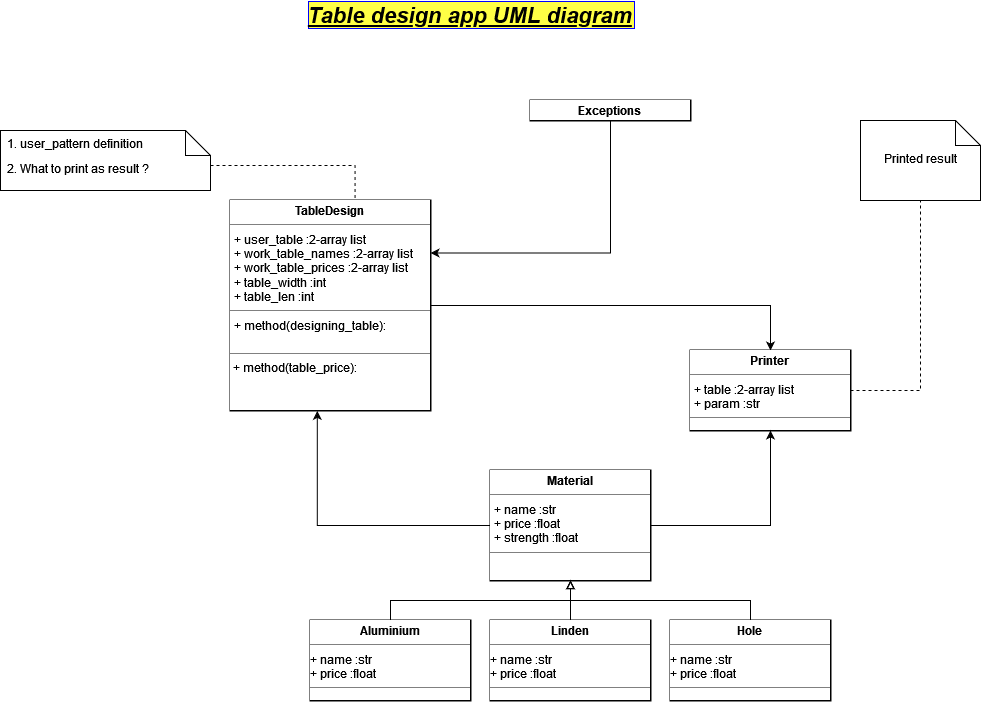
jordrag/Exercises keeps this draw.io diagram as Table/images/Table_design_UML.drawio.png. Above is the earlier version. Source tidied: cells renumbered, new cells last; positions are measured from the earlier drawing's top-left corner, leaving out a move shared by most shapes.
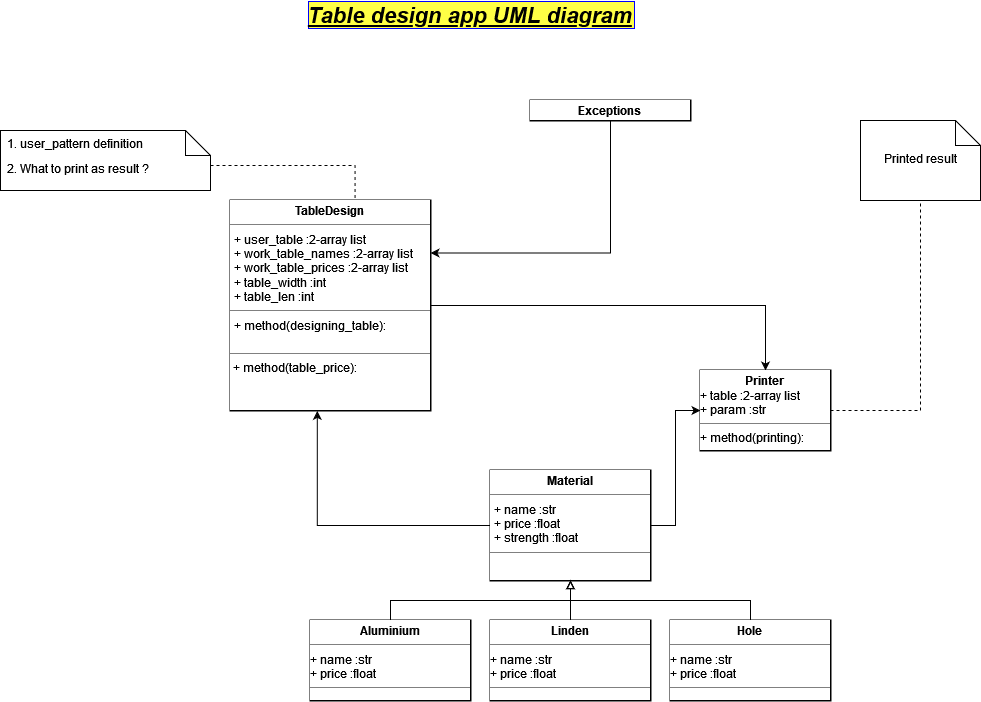
After the commit.

Commit message:
with UML diagram

Change to the diagram source:
```diff
@@ -43,16 +43,13 @@
     <mxCell id="13" value="&lt;p style=&quot;margin:0px;margin-top:4px;text-align:center;&quot;&gt;&lt;b&gt;Hole&lt;/b&gt;&lt;br&gt;&lt;/p&gt;&lt;hr size=&quot;1&quot;&gt;+ name :str&lt;br&gt;+ price :float&lt;hr size=&quot;1&quot;&gt;" style="verticalAlign=top;align=left;overflow=fill;fontSize=12;fontFamily=Helvetica;html=1;rounded=0;glass=0;labelBackgroundColor=#FFFFFF;labelBorderColor=none;fillColor=none;perimeterSpacing=0;strokeColor=default;strokeWidth=2;fillStyle=solid;gradientColor=default;" parent="1" vertex="1">
       <mxGeometry x="670" y="620" width="160" height="80" as="geometry" />
     </mxCell>
-    <mxCell id="14" style="edgeStyle=orthogonalEdgeStyle;rounded=0;jettySize=auto;html=1;exitX=0.5;exitY=0;exitDx=0;exitDy=0;startArrow=classic;startFill=1;endArrow=none;endFill=0;" parent="1" edge="1" source="16" target="4">
+    <mxCell id="14" style="edgeStyle=orthogonalEdgeStyle;rounded=0;jettySize=auto;html=1;exitX=0.5;exitY=0;exitDx=0;exitDy=0;startArrow=classic;startFill=1;endArrow=none;endFill=0;" parent="1" edge="1" source="23" target="4">
       <mxGeometry relative="1" as="geometry" />
     </mxCell>
-    <mxCell id="15" style="edgeStyle=orthogonalEdgeStyle;rounded=0;jettySize=auto;html=1;exitX=1;exitY=0.5;exitDx=0;exitDy=0;entryX=0.5;entryY=1;entryDx=0;entryDy=0;entryPerimeter=0;startArrow=none;startFill=0;endArrow=none;endFill=0;dashed=1;" parent="1" edge="1" source="16" target="22">
+    <mxCell id="15" style="edgeStyle=orthogonalEdgeStyle;rounded=0;jettySize=auto;html=1;exitX=1;exitY=0.5;exitDx=0;exitDy=0;entryX=0.5;entryY=1;entryDx=0;entryDy=0;entryPerimeter=0;startArrow=none;startFill=0;endArrow=none;endFill=0;dashed=1;" parent="1" edge="1" source="23" target="22">
       <mxGeometry relative="1" as="geometry" />
     </mxCell>
-    <mxCell id="16" value="&lt;p style=&quot;margin:0px;margin-top:4px;text-align:center;&quot;&gt;&lt;b&gt;Printer&lt;/b&gt;&lt;br&gt;&lt;/p&gt;&lt;hr size=&quot;1&quot;&gt;&lt;p style=&quot;margin:0px;margin-left:4px;&quot;&gt;+ table :2-array list&lt;/p&gt;&lt;p style=&quot;margin:0px;margin-left:4px;&quot;&gt;+ param :str&lt;br&gt;&lt;/p&gt;&lt;hr size=&quot;1&quot;&gt;" style="verticalAlign=top;align=left;overflow=fill;fontSize=12;fontFamily=Helvetica;html=1;rounded=0;glass=0;labelBackgroundColor=#FFFFFF;labelBorderColor=none;fillColor=none;perimeterSpacing=0;strokeColor=default;strokeWidth=2;fillStyle=solid;gradientColor=default;" parent="1" vertex="1">
-      <mxGeometry x="690" y="350" width="160" height="80" as="geometry" />
-    </mxCell>
-    <mxCell id="17" style="edgeStyle=orthogonalEdgeStyle;rounded=0;jettySize=auto;html=1;fontSize=16;startArrow=none;startFill=0;endArrow=classic;endFill=1;" parent="1" edge="1" source="6" target="16">
+    <mxCell id="17" style="edgeStyle=orthogonalEdgeStyle;rounded=0;jettySize=auto;html=1;fontSize=16;startArrow=none;startFill=0;endArrow=classic;endFill=1;entryX=0;entryY=0.5;entryDx=0;entryDy=0;" parent="1" edge="1" source="6" target="23">
       <mxGeometry relative="1" as="geometry" />
     </mxCell>
     <mxCell id="18" value="2. What to print as result ?" style="shape=note2;boundedLbl=1;whiteSpace=wrap;html=1;size=25;verticalAlign=top;align=left;spacingLeft=5;" parent="1" vertex="1">
@@ -70,5 +67,8 @@
     <mxCell id="22" value="Printed result" style="shape=note2;boundedLbl=1;whiteSpace=wrap;html=1;size=25;verticalAlign=top;align=center;" parent="1" vertex="1">
       <mxGeometry x="860" y="120" width="120" height="80" as="geometry" />
     </mxCell>
+    <mxCell id="23" value="&lt;p style=&quot;margin:0px;margin-top:4px;text-align:center;&quot;&gt;&lt;b&gt;Printer&lt;/b&gt;&lt;br&gt;&lt;/p&gt;&lt;div&gt;+ table :2-array list&lt;br&gt;&lt;/div&gt;&lt;div&gt;+ param :str&lt;br&gt;&lt;/div&gt;&lt;hr size=&quot;1&quot;&gt;&lt;div&gt;+ method(printing):&lt;/div&gt;&lt;hr size=&quot;1&quot;&gt;" style="verticalAlign=top;align=left;overflow=fill;fontSize=12;fontFamily=Helvetica;html=1;rounded=0;glass=0;labelBackgroundColor=#FFFFFF;labelBorderColor=none;fillColor=none;perimeterSpacing=0;strokeColor=default;strokeWidth=2;fillStyle=solid;gradientColor=default;" parent="1" vertex="1">
+      <mxGeometry x="700" y="370" width="130" height="80" as="geometry" />
+    </mxCell>
   </root>
 </mxGraphModel>
```
